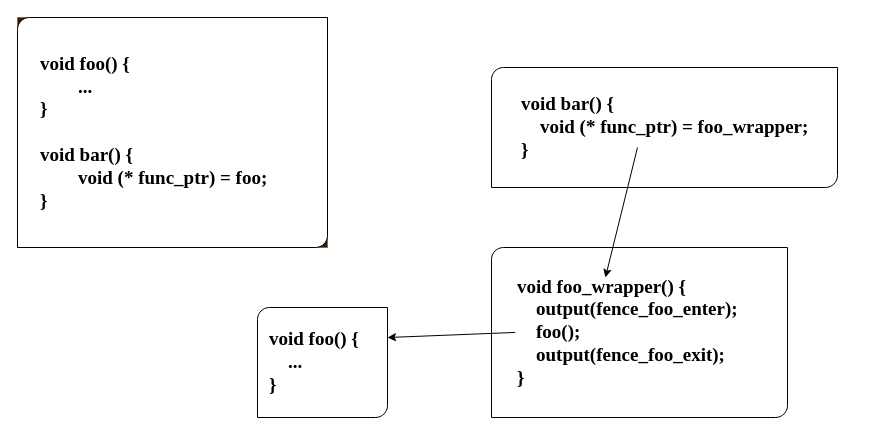
Coder-Colder/MyPics keeps this draw.io diagram as img/funcptr.drawio. Above is the earlier version. Source tidied: cells renumbered, new cells numbered last; positions are measured from the earlier drawing's top-left corner, leaving out a move shared by most shapes. Both pictures are drawn from the tidied source at 100%, with x=0, y=0 at pixel (17, 17).
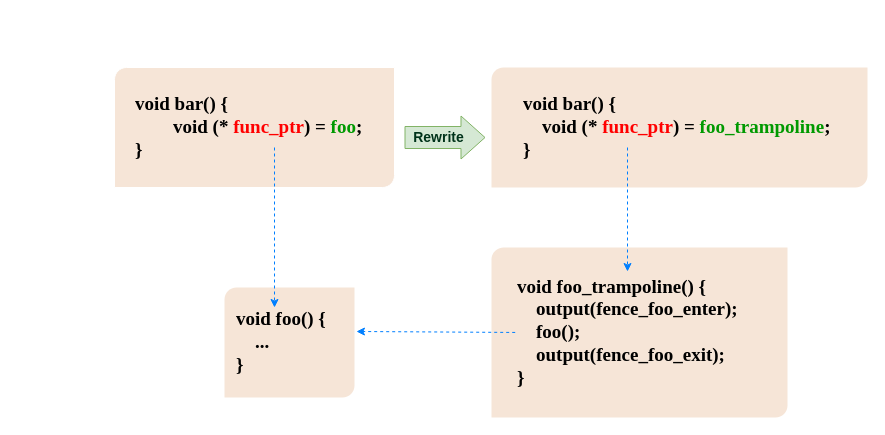
After the change.

Unchanged cells that the change refers to:
```xml
<mxCell id="5" style="group;" parent="1" vertex="1">
  <mxGeometry x="474" y="230" width="296" height="170" as="geometry" />
</mxCell>
```

The edit, as a diff of the source:
```diff
@@
-    <mxCell id="2" style="group;fillColor=#331A00;strokeColor=#b85450;" parent="1" vertex="1">
-      <mxGeometry width="310" height="230" as="geometry" />
+    <mxCell id="2" style="group;fillColor=default;strokeColor=none;" parent="1" vertex="1">
+      <mxGeometry x="97" y="50" width="280" height="120" as="geometry" />
     </mxCell>
-    <mxCell id="3" style="verticalLabelPosition=bottom;verticalAlign=top;html=1;shape=mxgraph.basic.diag_round_rect;dx=6;whiteSpace=wrap;" parent="2" vertex="1">
-      <mxGeometry width="310" height="230" as="geometry" />
-    </mxCell>
-    <mxCell id="4" value="&lt;b style=&quot;font-size: 19px;&quot;&gt;&lt;font face=&quot;Times New Roman&quot; style=&quot;font-size: 19px;&quot;&gt;void foo() {&lt;/font&gt;&lt;/b&gt;&lt;div style=&quot;font-size: 19px;&quot;&gt;&lt;b&gt;&lt;font face=&quot;Times New Roman&quot; style=&quot;font-size: 19px;&quot;&gt;&lt;span style=&quot;white-space: pre;&quot;&gt;&#9;&lt;/span&gt;...&lt;/font&gt;&lt;/b&gt;&lt;/div&gt;&lt;div style=&quot;font-size: 19px;&quot;&gt;&lt;b&gt;&lt;font face=&quot;Times New Roman&quot; style=&quot;font-size: 19px;&quot;&gt;}&lt;/font&gt;&lt;/b&gt;&lt;/div&gt;&lt;div style=&quot;font-size: 19px;&quot;&gt;&lt;b&gt;&lt;font face=&quot;Times New Roman&quot; style=&quot;font-size: 19px;&quot;&gt;&lt;br&gt;&lt;/font&gt;&lt;/b&gt;&lt;/div&gt;&lt;div style=&quot;font-size: 19px;&quot;&gt;&lt;b&gt;&lt;font face=&quot;Times New Roman&quot; style=&quot;font-size: 19px;&quot;&gt;void bar() {&lt;br&gt;&lt;span style=&quot;white-space: pre;&quot;&gt;&#9;&lt;/span&gt;void (* func_ptr) = foo;&lt;br&gt;&lt;/font&gt;&lt;/b&gt;&lt;/div&gt;&lt;div style=&quot;font-size: 19px;&quot;&gt;&lt;b style=&quot;&quot;&gt;&lt;font face=&quot;Times New Roman&quot; style=&quot;font-size: 19px;&quot;&gt;}&lt;/font&gt;&lt;/b&gt;&lt;/div&gt;" style="text;html=1;align=left;verticalAlign=middle;whiteSpace=wrap;rounded=0;" parent="2" vertex="1">
-      <mxGeometry x="20.7" y="49.3" width="279" height="131.4" as="geometry" />
-    </mxCell>
@@
-    <mxCell id="6" style="verticalLabelPosition=bottom;verticalAlign=top;html=1;shape=mxgraph.basic.diag_round_rect;dx=6;whiteSpace=wrap;" parent="5" vertex="1">
+    <mxCell id="6" style="verticalLabelPosition=bottom;verticalAlign=top;html=1;shape=mxgraph.basic.diag_round_rect;dx=6;whiteSpace=wrap;strokeColor=none;fillColor=#f6e5d7;" parent="5" vertex="1">
       <mxGeometry width="296" height="170" as="geometry" />
     </mxCell>
-    <mxCell id="7" value="&lt;div style=&quot;font-size: 19px;&quot;&gt;&lt;b style=&quot;background-color: initial;&quot;&gt;&lt;font face=&quot;Times New Roman&quot;&gt;void foo_wrapper() {&lt;/font&gt;&lt;/b&gt;&lt;br&gt;&lt;/div&gt;&lt;div style=&quot;font-size: 19px;&quot;&gt;&lt;div&gt;&lt;b&gt;&lt;font face=&quot;Times New Roman&quot;&gt;&lt;span style=&quot;white-space: pre;&quot;&gt;&amp;nbsp;&amp;nbsp;&amp;nbsp;&amp;nbsp;output(fence_foo_enter);&lt;br&gt;&lt;/span&gt;&lt;/font&gt;&lt;/b&gt;&lt;/div&gt;&lt;div&gt;&lt;b&gt;&lt;font face=&quot;Times New Roman&quot;&gt;&lt;span style=&quot;white-space: pre;&quot;&gt;&amp;nbsp;&amp;nbsp;&amp;nbsp;&amp;nbsp;&lt;/span&gt;foo();&lt;br&gt;&lt;/font&gt;&lt;/b&gt;&lt;/div&gt;&lt;div&gt;&lt;/div&gt;&lt;div&gt;&lt;b&gt;&lt;font face=&quot;Times New Roman&quot;&gt;&lt;span style=&quot;white-space: pre;&quot;&gt;&amp;nbsp;&amp;nbsp;&amp;nbsp;&amp;nbsp;&lt;/span&gt;output(fence_foo_exit);&lt;br&gt;&lt;/font&gt;&lt;/b&gt;&lt;/div&gt;&lt;div&gt;&lt;b&gt;&lt;font face=&quot;Times New Roman&quot;&gt;}&lt;/font&gt;&lt;/b&gt;&lt;/div&gt;&lt;/div&gt;" style="text;html=1;align=left;verticalAlign=middle;whiteSpace=wrap;rounded=0;" parent="5" vertex="1">
+    <mxCell id="7" value="&lt;div style=&quot;font-size: 19px;&quot;&gt;&lt;b style=&quot;background-color: initial;&quot;&gt;&lt;font face=&quot;Times New Roman&quot;&gt;void foo_trampoline() {&lt;/font&gt;&lt;/b&gt;&lt;br&gt;&lt;/div&gt;&lt;div style=&quot;font-size: 19px;&quot;&gt;&lt;div&gt;&lt;b&gt;&lt;font face=&quot;Times New Roman&quot;&gt;&lt;span style=&quot;white-space: pre;&quot;&gt;&amp;nbsp;&amp;nbsp;&amp;nbsp;&amp;nbsp;output(fence_foo_enter);&lt;br&gt;&lt;/span&gt;&lt;/font&gt;&lt;/b&gt;&lt;/div&gt;&lt;div&gt;&lt;b&gt;&lt;font face=&quot;Times New Roman&quot;&gt;&lt;span style=&quot;white-space: pre;&quot;&gt;&amp;nbsp;&amp;nbsp;&amp;nbsp;&amp;nbsp;&lt;/span&gt;foo();&lt;br&gt;&lt;/font&gt;&lt;/b&gt;&lt;/div&gt;&lt;div&gt;&lt;/div&gt;&lt;div&gt;&lt;b&gt;&lt;font face=&quot;Times New Roman&quot;&gt;&lt;span style=&quot;white-space: pre;&quot;&gt;&amp;nbsp;&amp;nbsp;&amp;nbsp;&amp;nbsp;&lt;/span&gt;output(fence_foo_exit);&lt;br&gt;&lt;/font&gt;&lt;/b&gt;&lt;/div&gt;&lt;div&gt;&lt;b&gt;&lt;font face=&quot;Times New Roman&quot;&gt;}&lt;/font&gt;&lt;/b&gt;&lt;/div&gt;&lt;/div&gt;" style="text;html=1;align=left;verticalAlign=middle;whiteSpace=wrap;rounded=0;" parent="5" vertex="1">
       <mxGeometry x="23.7" y="19.2" width="248.6" height="131.5" as="geometry" />
     </mxCell>
     <mxCell id="8" style="group;" parent="1" vertex="1">
-      <mxGeometry x="474" y="50" width="346" height="120" as="geometry" />
+      <mxGeometry x="474" y="50" width="376" height="120" as="geometry" />
     </mxCell>
-    <mxCell id="9" style="verticalLabelPosition=bottom;verticalAlign=top;html=1;shape=mxgraph.basic.diag_round_rect;dx=6;whiteSpace=wrap;" parent="8" vertex="1">
-      <mxGeometry width="346" height="120" as="geometry" />
+    <mxCell id="9" style="verticalLabelPosition=bottom;verticalAlign=top;html=1;shape=mxgraph.basic.diag_round_rect;dx=6;whiteSpace=wrap;fillColor=#f6e5d7;strokeColor=none;" parent="8" vertex="1">
+      <mxGeometry width="376" height="120" as="geometry" />
     </mxCell>
-    <mxCell id="10" value="&lt;div style=&quot;font-size: 19px;&quot;&gt;&lt;div&gt;&lt;b&gt;&lt;font face=&quot;Times New Roman&quot;&gt;void bar() {&lt;br&gt;&lt;span style=&quot;white-space: pre;&quot;&gt;&amp;nbsp;&amp;nbsp;&amp;nbsp;&amp;nbsp;&lt;/span&gt;void (* func_ptr) =&amp;nbsp;&lt;/font&gt;&lt;/b&gt;&lt;b&gt;&lt;font face=&quot;Times New Roman&quot;&gt;foo_wrapper&lt;/font&gt;&lt;/b&gt;&lt;b&gt;&lt;font face=&quot;Times New Roman&quot;&gt;;&lt;br&gt;&lt;/font&gt;&lt;/b&gt;&lt;/div&gt;&lt;div&gt;&lt;b&gt;&lt;font face=&quot;Times New Roman&quot;&gt;}&lt;/font&gt;&lt;/b&gt;&lt;/div&gt;&lt;/div&gt;" style="text;html=1;align=left;verticalAlign=middle;whiteSpace=wrap;rounded=0;" parent="8" vertex="1">
-      <mxGeometry x="27.7" y="13.6" width="290.6" height="92.9" as="geometry" />
+    <mxCell id="10" value="&lt;div style=&quot;font-size: 19px;&quot;&gt;&lt;div&gt;&lt;b&gt;&lt;font face=&quot;Times New Roman&quot;&gt;void bar() {&lt;br&gt;&lt;span style=&quot;white-space: pre;&quot;&gt;&amp;nbsp;&amp;nbsp;&amp;nbsp;&amp;nbsp;&lt;/span&gt;void (* &lt;font color=&quot;#ff0000&quot;&gt;func_ptr&lt;/font&gt;) =&amp;nbsp;&lt;/font&gt;&lt;/b&gt;&lt;b&gt;&lt;font color=&quot;#009900&quot; face=&quot;Times New Roman&quot;&gt;foo_trampoline&lt;/font&gt;&lt;/b&gt;&lt;b&gt;&lt;font face=&quot;Times New Roman&quot;&gt;;&lt;br&gt;&lt;/font&gt;&lt;/b&gt;&lt;/div&gt;&lt;div&gt;&lt;b&gt;&lt;font face=&quot;Times New Roman&quot;&gt;}&lt;/font&gt;&lt;/b&gt;&lt;/div&gt;&lt;/div&gt;" style="text;html=1;align=left;verticalAlign=middle;whiteSpace=wrap;rounded=0;" parent="8" vertex="1">
+      <mxGeometry x="30.1" y="13.6" width="315.8" height="92.9" as="geometry" />
     </mxCell>
+    <mxCell id="14" style="endArrow=classic;html=1;rounded=0;entryX=0.387;entryY=-0.002;entryDx=0;entryDy=0;entryPerimeter=0;dashed=1;strokeColor=#007FFF;" parent="8" edge="1">
+      <mxGeometry relative="1" as="geometry">
+        <mxPoint x="136" y="80" as="sourcePoint" />
+        <mxPoint x="136" y="204" as="targetPoint" />
+      </mxGeometry>
+    </mxCell>
     <mxCell id="11" style="group;" parent="1" vertex="1">
-      <mxGeometry x="240" y="290" width="130" height="110" as="geometry" />
+      <mxGeometry x="207" y="270" width="130" height="110" as="geometry" />
     </mxCell>
-    <mxCell id="12" style="verticalLabelPosition=bottom;verticalAlign=top;html=1;shape=mxgraph.basic.diag_round_rect;dx=6;whiteSpace=wrap;" parent="11" vertex="1">
+    <mxCell id="12" style="verticalLabelPosition=bottom;verticalAlign=top;html=1;shape=mxgraph.basic.diag_round_rect;dx=6;whiteSpace=wrap;strokeColor=none;fillColor=#f6e5d7;" parent="11" vertex="1">
       <mxGeometry width="130" height="110" as="geometry" />
     </mxCell>
@@
-    <mxCell id="14" style="endArrow=classic;html=1;rounded=0;entryX=0.387;entryY=-0.002;entryDx=0;entryDy=0;entryPerimeter=0;" parent="1" edge="1">
-      <mxGeometry relative="1" as="geometry">
-        <mxPoint x="620" y="130" as="sourcePoint" />
-        <mxPoint x="587.9" y="260" as="targetPoint" />
-      </mxGeometry>
-    </mxCell>
-    <mxCell id="15" style="endArrow=classic;html=1;rounded=0;exitX=0;exitY=0.5;exitDx=0;exitDy=0;entryX=1;entryY=0.273;entryDx=0;entryDy=0;entryPerimeter=0;" parent="1" edge="1" source="7" target="12">
+    <mxCell id="15" style="endArrow=classic;html=1;rounded=0;exitX=0;exitY=0.5;exitDx=0;exitDy=0;entryX=1.015;entryY=0.4;entryDx=0;entryDy=0;entryPerimeter=0;dashed=1;strokeColor=#007FFF;" parent="1" edge="1" source="7" target="12">
       <mxGeometry relative="1" as="geometry" />
     </mxCell>
+    <mxCell id="16" style="shape=flexArrow;endArrow=classic;html=1;rounded=0;strokeColor=#82b366;align=center;verticalAlign=middle;fontFamily=Helvetica;fontSize=11;fontColor=#97D077;labelBackgroundColor=none;width=22;endSize=7.67;fillColor=#d5e8d4;" parent="1" edge="1">
+      <mxGeometry relative="1" as="geometry">
+        <mxPoint x="387" y="120" as="sourcePoint" />
+        <mxPoint x="468" y="120" as="targetPoint" />
+      </mxGeometry>
+    </mxCell>
+    <mxCell id="17" value="&lt;font style=&quot;font-size: 14px;&quot; color=&quot;#00331a&quot;&gt;&lt;b&gt;Rewrite&lt;/b&gt;&lt;/font&gt;" style="edgeLabel;html=1;align=center;verticalAlign=middle;fontFamily=Helvetica;fontSize=11;fontColor=default;labelBackgroundColor=none;" parent="16" vertex="1">
+      <mxGeometry x="-0.26" y="1" relative="1" as="geometry">
+        <mxPoint x="3" as="offset" />
+      </mxGeometry>
+    </mxCell>
+    <mxCell id="3" style="verticalLabelPosition=bottom;verticalAlign=top;html=1;shape=mxgraph.basic.diag_round_rect;dx=6;whiteSpace=wrap;strokeColor=#FFFFFF;fillColor=#f6e5d7;" parent="1" vertex="1">
+      <mxGeometry x="97" y="50" width="280" height="120" as="geometry" />
+    </mxCell>
+    <mxCell id="4" value="&lt;div style=&quot;font-size: 19px;&quot;&gt;&lt;b style=&quot;background-color: initial;&quot;&gt;&lt;font face=&quot;Times New Roman&quot;&gt;void bar() {&lt;/font&gt;&lt;/b&gt;&lt;br&gt;&lt;/div&gt;&lt;div style=&quot;font-size: 19px;&quot;&gt;&lt;b&gt;&lt;font face=&quot;Times New Roman&quot; style=&quot;font-size: 19px;&quot;&gt;&lt;span style=&quot;white-space: pre;&quot;&gt;&#9;&lt;/span&gt;void (* &lt;font color=&quot;#ff0000&quot;&gt;func_ptr&lt;/font&gt;) = &lt;font color=&quot;#009900&quot;&gt;foo&lt;/font&gt;;&lt;br&gt;&lt;/font&gt;&lt;/b&gt;&lt;/div&gt;&lt;div style=&quot;font-size: 19px;&quot;&gt;&lt;b style=&quot;&quot;&gt;&lt;font face=&quot;Times New Roman&quot; style=&quot;font-size: 19px;&quot;&gt;}&lt;/font&gt;&lt;/b&gt;&lt;/div&gt;" style="text;html=1;align=left;verticalAlign=middle;whiteSpace=wrap;rounded=0;fillColor=none;" parent="1" vertex="1">
+      <mxGeometry x="115.7" y="75.7" width="252" height="68.6" as="geometry" />
+    </mxCell>
+    <mxCell id="18" style="endArrow=classic;html=1;rounded=0;dashed=1;strokeColor=#007FFF;" parent="1" edge="1">
+      <mxGeometry relative="1" as="geometry">
+        <mxPoint x="257" y="130" as="sourcePoint" />
+        <mxPoint x="257" y="290" as="targetPoint" />
+      </mxGeometry>
+    </mxCell>
```
